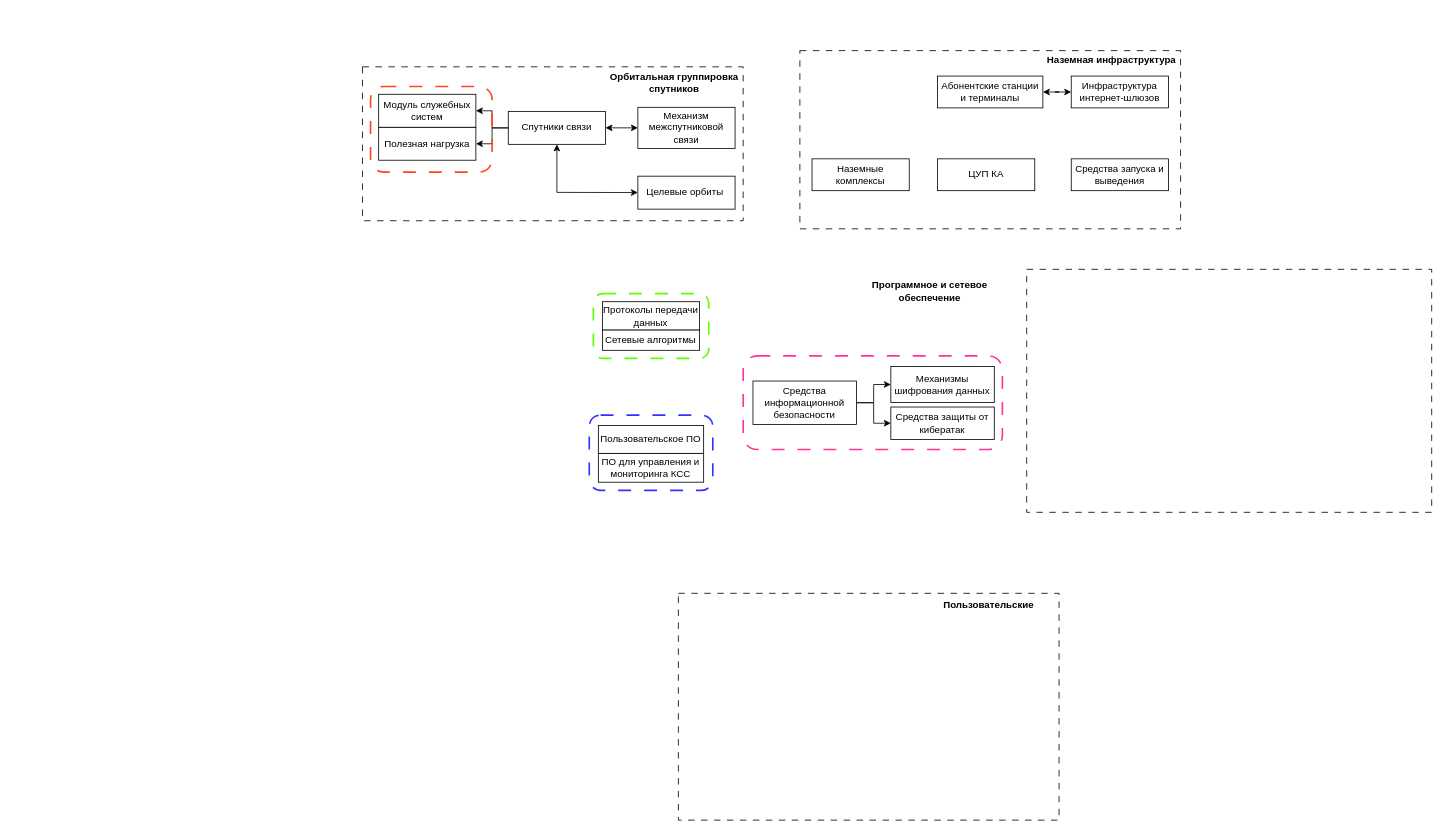
Earlier version of the draw.io diagram Диаграмма без названия.drawio (ilyasoloma/draw-io-graphs). Source tidied: cells renumbered, new cells numbered last; positions are measured from the earlier drawing's top-left corner, leaving out a move shared by most shapes. Both pictures are drawn from the tidied source at 81%, with x=0, y=0 at pixel (362, 50).
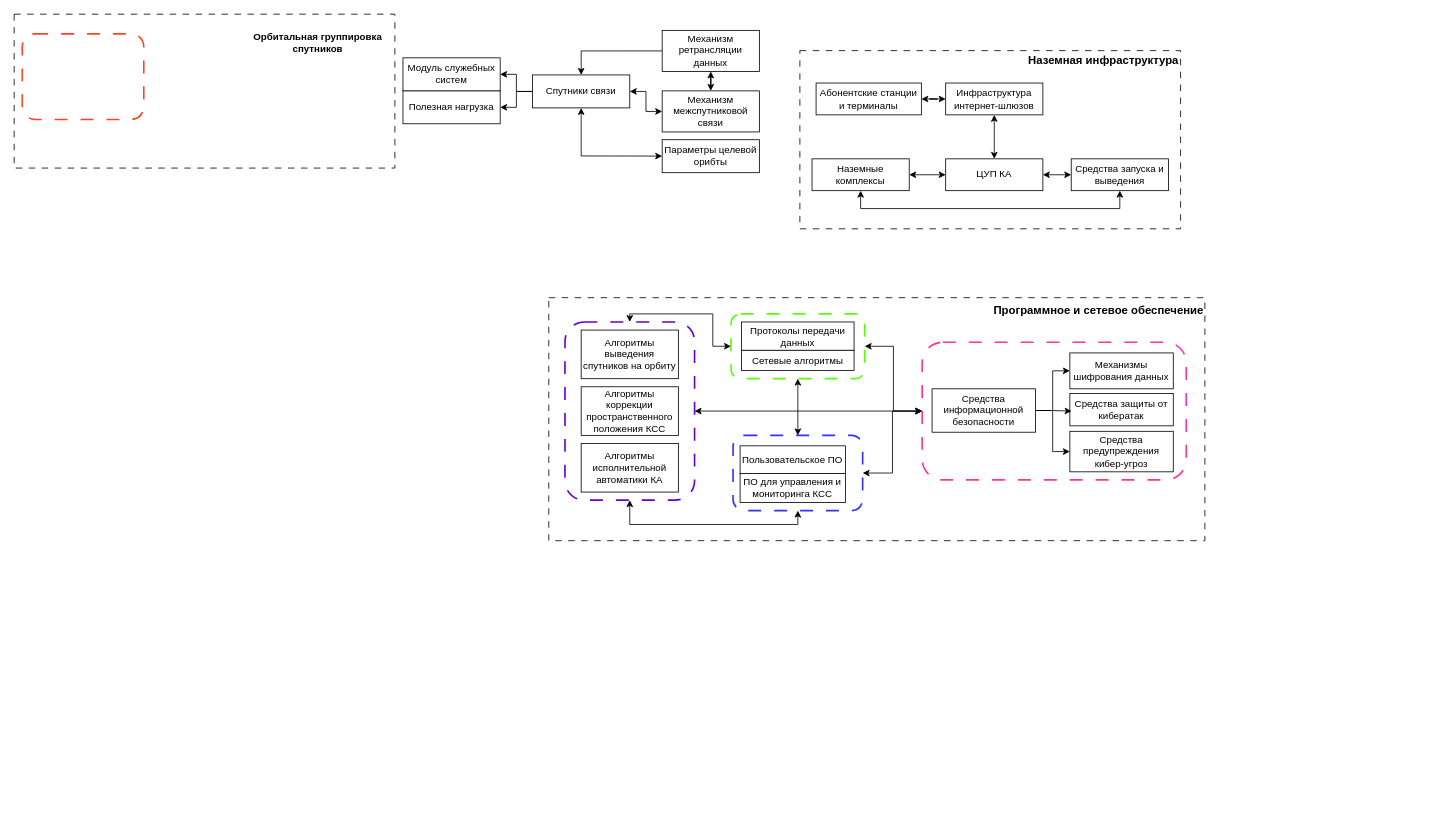
The same page after the edit.

The change refers to these unchanged cells:
```xml
<mxCell id="28" style="group;" parent="1" vertex="1">
  <mxGeometry x="540" width="470" height="220" as="geometry" />
</mxCell>
<mxCell id="32" value="Наземные комплексы" style="rounded=0;whiteSpace=wrap;html=1;" parent="28" vertex="1">
  <mxGeometry x="15" y="133.6" width="120" height="39.3" as="geometry" />
</mxCell>
<mxCell id="36" value="Средства запуска и выведения" style="rounded=0;whiteSpace=wrap;html=1;" parent="28" vertex="1">
  <mxGeometry x="335" y="133.6" width="120" height="39.3" as="geometry" />
</mxCell>
```

Change to the diagram source:
```diff
@@
-    <mxCell id="2" style="group;" parent="1" vertex="1">
-      <mxGeometry x="285" y="270" width="505.6" height="300" as="geometry" />
-    </mxCell>
-    <mxCell id="3" value="&lt;b&gt;Программное и сетевое обеспечение&lt;/b&gt;" style="rounded=0;whiteSpace=wrap;html=1;fillColor=none;strokeColor=none;" parent="2" vertex="1">
-      <mxGeometry x="324.8" y="10.7" width="180.9" height="32.1" as="geometry" />
-    </mxCell>
-    <mxCell id="4" style="group;" parent="2" vertex="1">
-      <mxGeometry x="185" y="106.8" width="320" height="115.7" as="geometry" />
-    </mxCell>
-    <mxCell id="5" value="Механизмы шифрования данных" style="whiteSpace=wrap;html=1;rounded=0;" parent="4" vertex="1">
-      <mxGeometry x="182.3" y="13.2" width="127.7" height="44.3" as="geometry" />
-    </mxCell>
-    <mxCell id="6" style="edgeStyle=orthogonalEdgeStyle;rounded=0;jettySize=auto;html=1;" parent="4" edge="1" source="10" target="5">
-      <mxGeometry relative="1" as="geometry" />
-    </mxCell>
-    <mxCell id="7" value="Средства защиты от кибератак" style="whiteSpace=wrap;html=1;rounded=0;" parent="4" vertex="1">
-      <mxGeometry x="182.3" y="63.2" width="127.7" height="40" as="geometry" />
-    </mxCell>
-    <mxCell id="8" style="group;" parent="4" vertex="1">
-      <mxGeometry width="320" height="115.7" as="geometry" />
-    </mxCell>
-    <mxCell id="9" style="rounded=1;whiteSpace=wrap;html=1;gradientColor=none;fillColor=none;strokeWidth=2;dashed=1;strokeColor=#FF3399;dashPattern=8 8;" parent="8" vertex="1">
-      <mxGeometry width="320" height="115.7" as="geometry" />
-    </mxCell>
-    <mxCell id="10" value="Средства информационной безопасности" style="rounded=0;whiteSpace=wrap;html=1;" parent="8" vertex="1">
-      <mxGeometry x="12.1" y="31.1" width="127.7" height="53.6" as="geometry" />
-    </mxCell>
-    <mxCell id="11" style="edgeStyle=orthogonalEdgeStyle;rounded=0;jettySize=auto;html=1;entryX=1;entryY=0.5;entryDx=0;entryDy=0;startArrow=classic;startFill=1;endArrow=none;endFill=0;" parent="4" edge="1" source="7" target="10">
-      <mxGeometry relative="1" as="geometry" />
-    </mxCell>
-    <mxCell id="12" style="rounded=0;whiteSpace=wrap;html=1;fillColor=none;dashed=1;dashPattern=8 8;" parent="1" vertex="1">
-      <mxGeometry x="390" y="670" width="470" height="280" as="geometry" />
-    </mxCell>
-    <mxCell id="13" value="&lt;b&gt;Пользовательские&amp;nbsp;&lt;/b&gt;" style="rounded=0;whiteSpace=wrap;html=1;fillColor=none;strokeColor=none;" parent="1" vertex="1">
-      <mxGeometry x="690" y="670" width="170" height="30" as="geometry" />
-    </mxCell>
-    <mxCell id="14" style="group;" parent="1" vertex="1">
-      <mxGeometry y="20" width="470" height="190" as="geometry" />
-    </mxCell>
-    <mxCell id="15" value="Целевые орбиты&amp;nbsp;" style="rounded=0;whiteSpace=wrap;html=1;" parent="14" vertex="1">
-      <mxGeometry x="340" y="135" width="120" height="40.7" as="geometry" />
-    </mxCell>
-    <mxCell id="16" value="Спутники связи" style="rounded=0;whiteSpace=wrap;html=1;" parent="14" vertex="1">
-      <mxGeometry x="180" y="55" width="120" height="40.7" as="geometry" />
-    </mxCell>
-    <mxCell id="17" value="Полезная нагрузка" style="rounded=0;whiteSpace=wrap;html=1;" parent="14" vertex="1">
-      <mxGeometry x="20" y="74.6" width="120" height="40.7" as="geometry" />
-    </mxCell>
-    <mxCell id="18" value="Модуль служебных систем" style="rounded=0;whiteSpace=wrap;html=1;" parent="14" vertex="1">
-      <mxGeometry x="20" y="33.9" width="120" height="40.7" as="geometry" />
-    </mxCell>
-    <mxCell id="19" value="Механизм межспутниковой связи" style="rounded=0;whiteSpace=wrap;html=1;" parent="14" vertex="1">
-      <mxGeometry x="340" y="50" width="120" height="50.7" as="geometry" />
-    </mxCell>
-    <mxCell id="20" value="&lt;b&gt;Орбитальная группировка спутников&lt;/b&gt;" style="rounded=0;whiteSpace=wrap;html=1;fillColor=none;strokeColor=none;" parent="14" vertex="1">
-      <mxGeometry x="300" y="10" width="170" height="20.4" as="geometry" />
-    </mxCell>
-    <mxCell id="21" style="endArrow=classic;startArrow=classic;html=1;rounded=0;entryX=0.5;entryY=1;entryDx=0;entryDy=0;" parent="14" edge="1" source="15" target="16">
-      <mxGeometry relative="1" as="geometry">
-        <Array as="points">
-          <mxPoint x="240" y="155" />
-        </Array>
-      </mxGeometry>
-    </mxCell>
-    <mxCell id="22" style="edgeStyle=orthogonalEdgeStyle;rounded=0;jettySize=auto;html=1;" parent="14" edge="1" source="16" target="17">
-      <mxGeometry relative="1" as="geometry" />
-    </mxCell>
-    <mxCell id="23" style="edgeStyle=orthogonalEdgeStyle;rounded=0;jettySize=auto;html=1;entryX=1;entryY=0.5;entryDx=0;entryDy=0;" parent="14" edge="1" source="16" target="18">
-      <mxGeometry relative="1" as="geometry" />
-    </mxCell>
-    <mxCell id="24" style="endArrow=classic;startArrow=classic;html=1;rounded=0;entryX=0;entryY=0.5;entryDx=0;entryDy=0;exitX=1;exitY=0.5;exitDx=0;exitDy=0;" parent="14" edge="1" source="16" target="19">
-      <mxGeometry relative="1" as="geometry" />
-    </mxCell>
-    <mxCell id="25" style="group;" parent="14" vertex="1">
-      <mxGeometry width="470" height="190" as="geometry" />
-    </mxCell>
-    <mxCell id="26" style="rounded=0;whiteSpace=wrap;html=1;fillColor=none;dashed=1;dashPattern=8 8;" parent="25" vertex="1">
-      <mxGeometry width="470" height="190" as="geometry" />
-    </mxCell>
-    <mxCell id="27" style="rounded=1;whiteSpace=wrap;html=1;fillColor=none;strokeColor=#FF441F;strokeWidth=2;dashed=1;dashPattern=8 8;" parent="25" vertex="1">
-      <mxGeometry x="10" y="24.3" width="150" height="105.7" as="geometry" />
-    </mxCell>
@@
-    <mxCell id="30" value="&lt;b&gt;Наземная инфраструктура&lt;/b&gt;" style="rounded=0;whiteSpace=wrap;html=1;fillColor=none;strokeColor=none;" parent="28" vertex="1">
-      <mxGeometry x="300" width="170" height="23.6" as="geometry" />
+    <mxCell id="30" value="&lt;b&gt;&lt;font style=&quot;font-size: 14px;&quot;&gt;Наземная инфраструктура&lt;/font&gt;&lt;/b&gt;" style="rounded=0;whiteSpace=wrap;html=1;fillColor=none;strokeColor=none;" parent="28" vertex="1">
+      <mxGeometry x="280" width="190" height="23.6" as="geometry" />
     </mxCell>
     <mxCell id="31" value="ЦУП КА" style="rounded=0;whiteSpace=wrap;html=1;" parent="28" vertex="1">
-      <mxGeometry x="170" y="133.6" width="120" height="39.3" as="geometry" />
+      <mxGeometry x="180" y="133.6" width="120" height="39.3" as="geometry" />
     </mxCell>
@@
     <mxCell id="33" value="Инфраструктура интернет-шлюзов" style="rounded=0;whiteSpace=wrap;html=1;" parent="28" vertex="1">
-      <mxGeometry x="335" y="31.4" width="120" height="39.3" as="geometry" />
+      <mxGeometry x="180" y="40" width="120" height="39.3" as="geometry" />
     </mxCell>
@@
     <mxCell id="35" value="Абонентские станции и терминалы" style="rounded=0;whiteSpace=wrap;html=1;" parent="28" vertex="1">
-      <mxGeometry x="170" y="31.4" width="130" height="39.3" as="geometry" />
+      <mxGeometry x="20" y="40" width="130" height="39.3" as="geometry" />
     </mxCell>
@@
-    <mxCell id="37" style="group;" parent="1" vertex="1">
-      <mxGeometry x="285" y="300" width="142.5" height="80" as="geometry" />
-    </mxCell>
-    <mxCell id="38" style="rounded=1;whiteSpace=wrap;html=1;fillColor=none;strokeColor=#58FF05;strokeWidth=2;dashed=1;dashPattern=8 8;" parent="37" vertex="1">
-      <mxGeometry width="142.5" height="80" as="geometry" />
-    </mxCell>
-    <mxCell id="39" value="Протоколы передачи данных" style="rounded=0;whiteSpace=wrap;html=1;" parent="37" vertex="1">
-      <mxGeometry x="11.2" y="10" width="120" height="35" as="geometry" />
-    </mxCell>
-    <mxCell id="40" value="Сетевые алгоритмы" style="rounded=0;whiteSpace=wrap;html=1;" parent="37" vertex="1">
-      <mxGeometry x="11.2" y="45" width="120" height="25" as="geometry" />
-    </mxCell>
+    <mxCell id="46" style="endArrow=classic;startArrow=classic;html=1;rounded=0;entryX=0.5;entryY=0;entryDx=0;entryDy=0;exitX=0.5;exitY=1;exitDx=0;exitDy=0;" parent="28" edge="1" source="33" target="31">
+      <mxGeometry relative="1" as="geometry" />
+    </mxCell>
+    <mxCell id="47" style="endArrow=classic;startArrow=classic;html=1;rounded=0;entryX=1;entryY=0.5;entryDx=0;entryDy=0;exitX=0;exitY=0.5;exitDx=0;exitDy=0;" parent="28" edge="1" source="31" target="32">
+      <mxGeometry relative="1" as="geometry" />
+    </mxCell>
+    <mxCell id="48" style="endArrow=classic;startArrow=classic;html=1;rounded=0;entryX=0;entryY=0.5;entryDx=0;entryDy=0;exitX=1;exitY=0.5;exitDx=0;exitDy=0;" parent="28" edge="1" source="31" target="36">
+      <mxGeometry relative="1" as="geometry" />
+    </mxCell>
+    <mxCell id="49" style="endArrow=classic;startArrow=classic;html=1;rounded=0;entryX=0.5;entryY=1;entryDx=0;entryDy=0;exitX=0.5;exitY=1;exitDx=0;exitDy=0;edgeStyle=orthogonalEdgeStyle;" parent="28" edge="1" source="32" target="36">
+      <mxGeometry relative="1" as="geometry">
+        <Array as="points">
+          <mxPoint x="75" y="195" />
+          <mxPoint x="395" y="195" />
+        </Array>
+      </mxGeometry>
+    </mxCell>
+    <mxCell id="50" style="group;" parent="1" vertex="1">
+      <mxGeometry x="230" y="305" width="810" height="300" as="geometry" />
+    </mxCell>
+    <mxCell id="51" style="group;" parent="50" vertex="1">
+      <mxGeometry width="810" height="300" as="geometry" />
+    </mxCell>
+    <mxCell id="45" style="rounded=0;whiteSpace=wrap;html=1;fillColor=none;dashed=1;dashPattern=8 8;" parent="51" vertex="1">
+      <mxGeometry width="810" height="300" as="geometry" />
+    </mxCell>
+    <mxCell id="3" value="&lt;b&gt;&lt;font style=&quot;font-size: 14px;&quot;&gt;Программное и сетевое обеспечение&lt;/font&gt;&lt;/b&gt;" style="rounded=0;whiteSpace=wrap;html=1;fillColor=none;strokeColor=none;" parent="51" vertex="1">
+      <mxGeometry x="548.4" width="261.6" height="32.1" as="geometry" />
+    </mxCell>
+    <mxCell id="52" style="group;" parent="50" vertex="1">
+      <mxGeometry x="20" y="30" width="160" height="220" as="geometry" />
+    </mxCell>
+    <mxCell id="53" style="rounded=1;whiteSpace=wrap;html=1;fillColor=none;strokeColor=#6600CC;strokeWidth=2;dashed=1;dashPattern=8 8;" parent="52" vertex="1">
+      <mxGeometry width="160" height="220" as="geometry" />
+    </mxCell>
+    <mxCell id="54" value="Алгоритмы выведения спутников на орбиту" style="rounded=0;whiteSpace=wrap;html=1;" parent="52" vertex="1">
+      <mxGeometry x="20" y="10" width="120" height="60" as="geometry" />
+    </mxCell>
+    <mxCell id="55" value="Алгоритмы коррекции пространственного положения КСС" style="rounded=0;whiteSpace=wrap;html=1;" parent="52" vertex="1">
+      <mxGeometry x="20" y="80" width="120" height="60" as="geometry" />
+    </mxCell>
+    <mxCell id="56" value="Алгоритмы исполнительной автоматики КА" style="rounded=0;whiteSpace=wrap;html=1;" parent="52" vertex="1">
+      <mxGeometry x="20" y="150" width="120" height="60" as="geometry" />
+    </mxCell>
-    <mxCell id="41" style="group;" parent="1" vertex="1">
-      <mxGeometry x="280" y="450" width="152.5" height="92.9" as="geometry" />
+    <mxCell id="41" style="group;" parent="50" vertex="1">
+      <mxGeometry x="225" y="170" width="162.5" height="92.9" as="geometry" />
     </mxCell>
     <mxCell id="42" style="rounded=1;whiteSpace=wrap;html=1;dashed=1;strokeColor=#3333FF;fillColor=none;dashPattern=8 8;strokeWidth=2;" parent="41" vertex="1">
-      <mxGeometry width="152.5" height="92.9" as="geometry" />
+      <mxGeometry x="2.5" width="160" height="92.9" as="geometry" />
     </mxCell>
@@
-    <mxCell id="45" style="rounded=0;whiteSpace=wrap;html=1;fillColor=none;dashed=1;dashPattern=8 8;" parent="1" vertex="1">
-      <mxGeometry x="820" y="270" width="500" height="300" as="geometry" />
-    </mxCell>
+    <mxCell id="57" style="endArrow=classic;startArrow=classic;html=1;rounded=0;exitX=0.5;exitY=0;exitDx=0;exitDy=0;entryX=0.5;entryY=1;entryDx=0;entryDy=0;" parent="50" edge="1" source="42" target="38">
+      <mxGeometry relative="1" as="geometry" />
+    </mxCell>
+    <mxCell id="58" style="edgeStyle=orthogonalEdgeStyle;rounded=0;jettySize=auto;html=1;entryX=0;entryY=0.5;entryDx=0;entryDy=0;startArrow=classic;startFill=1;" parent="50" edge="1" source="38" target="9">
+      <mxGeometry relative="1" as="geometry" />
+    </mxCell>
+    <mxCell id="38" style="rounded=1;whiteSpace=wrap;html=1;fillColor=none;strokeColor=#58FF05;strokeWidth=2;dashed=1;dashPattern=8 8;" parent="50" vertex="1">
+      <mxGeometry x="225" y="20" width="165" height="80" as="geometry" />
+    </mxCell>
+    <mxCell id="39" value="Протоколы передачи данных" style="rounded=0;whiteSpace=wrap;html=1;" parent="50" vertex="1">
+      <mxGeometry x="238" y="30" width="138.9" height="35" as="geometry" />
+    </mxCell>
+    <mxCell id="40" value="Сетевые алгоритмы" style="rounded=0;whiteSpace=wrap;html=1;" parent="50" vertex="1">
+      <mxGeometry x="238" y="65" width="138.9" height="25" as="geometry" />
+    </mxCell>
+    <mxCell id="59" style="group;" parent="50" vertex="1">
+      <mxGeometry x="461" y="55" width="326" height="170" as="geometry" />
+    </mxCell>
+    <mxCell id="9" style="rounded=1;whiteSpace=wrap;html=1;gradientColor=none;fillColor=none;strokeWidth=2;dashed=1;strokeColor=#FF3399;dashPattern=8 8;" parent="59" vertex="1">
+      <mxGeometry width="326" height="170" as="geometry" />
+    </mxCell>
+    <mxCell id="5" value="Механизмы шифрования данных" style="whiteSpace=wrap;html=1;rounded=0;" parent="59" vertex="1">
+      <mxGeometry x="182.3" y="13.2" width="127.7" height="44.3" as="geometry" />
+    </mxCell>
+    <mxCell id="7" value="Средства защиты от кибератак" style="whiteSpace=wrap;html=1;rounded=0;" parent="59" vertex="1">
+      <mxGeometry x="182.3" y="63.2" width="127.7" height="40" as="geometry" />
+    </mxCell>
+    <mxCell id="60" style="edgeStyle=orthogonalEdgeStyle;rounded=0;jettySize=auto;html=1;entryX=0;entryY=0.5;entryDx=0;entryDy=0;" parent="59" edge="1" source="10" target="61">
+      <mxGeometry relative="1" as="geometry" />
+    </mxCell>
+    <mxCell id="6" style="edgeStyle=orthogonalEdgeStyle;rounded=0;jettySize=auto;html=1;entryX=0;entryY=0.5;entryDx=0;entryDy=0;" parent="59" edge="1" source="10" target="5">
+      <mxGeometry relative="1" as="geometry" />
+    </mxCell>
+    <mxCell id="10" value="Средства информационной безопасности" style="rounded=0;whiteSpace=wrap;html=1;" parent="59" vertex="1">
+      <mxGeometry x="12.2" y="57.5" width="127.7" height="53.6" as="geometry" />
+    </mxCell>
+    <mxCell id="61" value="Средства предупреждения кибер-угроз" style="whiteSpace=wrap;html=1;rounded=0;" parent="59" vertex="1">
+      <mxGeometry x="182.3" y="110" width="127.7" height="50" as="geometry" />
+    </mxCell>
+    <mxCell id="62" style="edgeStyle=orthogonalEdgeStyle;rounded=0;jettySize=auto;html=1;entryX=0.017;entryY=0.548;entryDx=0;entryDy=0;entryPerimeter=0;" parent="59" edge="1" source="10" target="7">
+      <mxGeometry relative="1" as="geometry" />
+    </mxCell>
+    <mxCell id="63" style="edgeStyle=orthogonalEdgeStyle;rounded=0;jettySize=auto;html=1;entryX=0;entryY=0.5;entryDx=0;entryDy=0;startArrow=classic;startFill=1;" parent="50" edge="1" source="42" target="9">
+      <mxGeometry relative="1" as="geometry" />
+    </mxCell>
+    <mxCell id="64" style="endArrow=classic;startArrow=classic;html=1;rounded=0;entryX=0;entryY=0.5;entryDx=0;entryDy=0;exitX=0.5;exitY=0;exitDx=0;exitDy=0;edgeStyle=orthogonalEdgeStyle;" parent="50" edge="1" source="53" target="38">
+      <mxGeometry relative="1" as="geometry" />
+    </mxCell>
+    <mxCell id="65" style="endArrow=classic;startArrow=classic;html=1;rounded=0;entryX=0.5;entryY=1;entryDx=0;entryDy=0;exitX=0.5;exitY=1;exitDx=0;exitDy=0;edgeStyle=orthogonalEdgeStyle;" parent="50" edge="1" source="53" target="42">
+      <mxGeometry relative="1" as="geometry">
+        <Array as="points">
+          <mxPoint x="100" y="280" />
+          <mxPoint x="307" y="280" />
+        </Array>
+      </mxGeometry>
+    </mxCell>
+    <mxCell id="66" style="endArrow=classic;startArrow=classic;html=1;rounded=0;exitX=1;exitY=0.5;exitDx=0;exitDy=0;entryX=0;entryY=0.5;entryDx=0;entryDy=0;" parent="50" edge="1" source="53" target="9">
+      <mxGeometry relative="1" as="geometry" />
+    </mxCell>
+    <mxCell id="17" value="Полезная нагрузка" style="rounded=0;whiteSpace=wrap;html=1;" parent="1" vertex="1">
+      <mxGeometry x="50" y="49.6" width="120" height="40.7" as="geometry" />
+    </mxCell>
+    <mxCell id="18" value="Модуль служебных систем" style="rounded=0;whiteSpace=wrap;html=1;" parent="1" vertex="1">
+      <mxGeometry x="50" y="8.9" width="120" height="40.7" as="geometry" />
+    </mxCell>
+    <mxCell id="21" style="endArrow=classic;startArrow=classic;html=1;rounded=0;entryX=0.5;entryY=1;entryDx=0;entryDy=0;" parent="1" edge="1" source="15" target="16">
+      <mxGeometry relative="1" as="geometry">
+        <Array as="points">
+          <mxPoint x="270" y="130" />
+        </Array>
+      </mxGeometry>
+    </mxCell>
+    <mxCell id="22" style="edgeStyle=orthogonalEdgeStyle;rounded=0;jettySize=auto;html=1;" parent="1" edge="1" source="16" target="17">
+      <mxGeometry relative="1" as="geometry" />
+    </mxCell>
+    <mxCell id="23" style="edgeStyle=orthogonalEdgeStyle;rounded=0;jettySize=auto;html=1;entryX=1;entryY=0.5;entryDx=0;entryDy=0;" parent="1" edge="1" source="16" target="18">
+      <mxGeometry relative="1" as="geometry" />
+    </mxCell>
+    <mxCell id="25" style="group;" parent="1" vertex="1">
+      <mxGeometry x="-430" y="-45" width="470" height="190" as="geometry" />
+    </mxCell>
+    <mxCell id="26" style="rounded=0;whiteSpace=wrap;html=1;fillColor=none;dashed=1;dashPattern=8 8;" parent="25" vertex="1">
+      <mxGeometry width="470" height="190" as="geometry" />
+    </mxCell>
+    <mxCell id="27" style="rounded=1;whiteSpace=wrap;html=1;fillColor=none;strokeColor=#FF441F;strokeWidth=2;dashed=1;dashPattern=8 8;" parent="25" vertex="1">
+      <mxGeometry x="10" y="24.3" width="150" height="105.7" as="geometry" />
+    </mxCell>
+    <mxCell id="20" value="&lt;b&gt;Орбитальная группировка спутников&lt;/b&gt;" style="rounded=0;whiteSpace=wrap;html=1;fillColor=none;strokeColor=none;" parent="25" vertex="1">
+      <mxGeometry x="290" y="24.3" width="170" height="20.4" as="geometry" />
+    </mxCell>
+    <mxCell id="24" style="endArrow=classic;startArrow=classic;html=1;rounded=0;entryX=0;entryY=0.5;entryDx=0;entryDy=0;exitX=1;exitY=0.5;exitDx=0;exitDy=0;edgeStyle=orthogonalEdgeStyle;" parent="1" edge="1" source="16" target="19">
+      <mxGeometry relative="1" as="geometry" />
+    </mxCell>
+    <mxCell id="15" value="Параметры целевой орибты" style="rounded=0;whiteSpace=wrap;html=1;" parent="1" vertex="1">
+      <mxGeometry x="370" y="110" width="120" height="40.7" as="geometry" />
+    </mxCell>
+    <mxCell id="67" style="edgeStyle=orthogonalEdgeStyle;rounded=0;jettySize=auto;html=1;exitX=0.5;exitY=0;exitDx=0;exitDy=0;startArrow=classic;startFill=1;" parent="1" edge="1" source="19" target="69">
+      <mxGeometry relative="1" as="geometry" />
+    </mxCell>
+    <mxCell id="19" value="Механизм межспутниковой связи" style="rounded=0;whiteSpace=wrap;html=1;" parent="1" vertex="1">
+      <mxGeometry x="370" y="49.7" width="120" height="50.7" as="geometry" />
+    </mxCell>
+    <mxCell id="16" value="Спутники связи" style="rounded=0;whiteSpace=wrap;html=1;" parent="1" vertex="1">
+      <mxGeometry x="210" y="30" width="120" height="40.7" as="geometry" />
+    </mxCell>
+    <mxCell id="68" style="edgeStyle=orthogonalEdgeStyle;rounded=0;jettySize=auto;html=1;exitX=0;exitY=0.5;exitDx=0;exitDy=0;" parent="1" edge="1" source="69" target="16">
+      <mxGeometry relative="1" as="geometry" />
+    </mxCell>
+    <mxCell id="69" value="Механизм ретрансляции данных" style="rounded=0;whiteSpace=wrap;html=1;" parent="1" vertex="1">
+      <mxGeometry x="370" y="-25" width="120" height="50.7" as="geometry" />
+    </mxCell>
```
